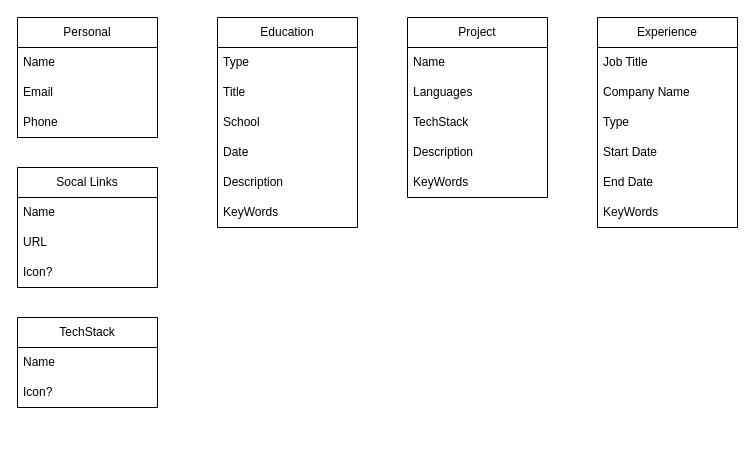
This is schema.drawio from Danny-Erikson/Resume-Builder, a draw.io file, before an edit. Source tidied: cells renumbered, new cells numbered last; positions are measured from the earlier drawing's top-left corner, leaving out a move shared by most shapes. Both pictures are drawn from the tidied source at 100%, with x=0, y=0 at pixel (17, 17).
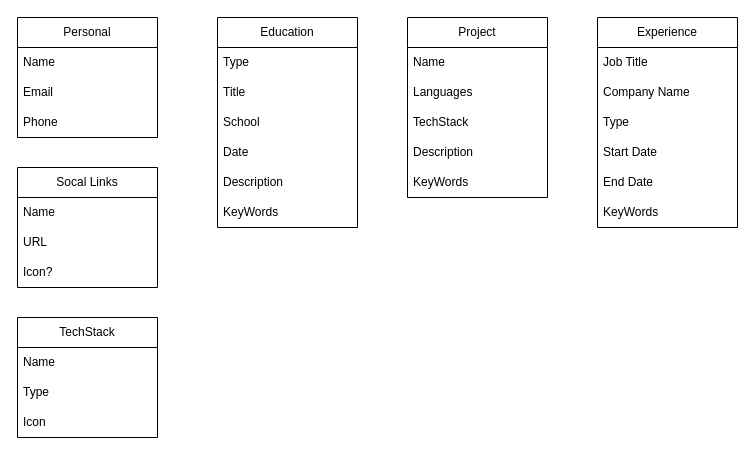
The same page after the edit.

Diff of the diagram source:
```diff
@@
     <mxCell id="23" value="TechStack" style="swimlane;fontStyle=0;horizontal=1;startSize=30;whiteSpace=wrap;html=1;" parent="1" vertex="1">
-      <mxGeometry y="300" width="140" height="90" as="geometry" />
+      <mxGeometry y="300" width="140" height="120" as="geometry" />
     </mxCell>
@@
+    <mxCell id="33" value="Type" style="text;strokeColor=none;fillColor=none;align=left;verticalAlign=middle;spacingLeft=4;spacingRight=4;overflow=hidden;whiteSpace=wrap;html=1;" parent="23" vertex="1">
+      <mxGeometry y="60" width="140" height="30" as="geometry" />
+    </mxCell>
-    <mxCell id="25" value="Icon?" style="text;strokeColor=none;fillColor=none;align=left;verticalAlign=middle;spacingLeft=4;spacingRight=4;overflow=hidden;whiteSpace=wrap;html=1;" parent="23" vertex="1">
-      <mxGeometry y="60" width="140" height="30" as="geometry" />
+    <mxCell id="25" value="Icon" style="text;strokeColor=none;fillColor=none;align=left;verticalAlign=middle;spacingLeft=4;spacingRight=4;overflow=hidden;whiteSpace=wrap;html=1;" parent="23" vertex="1">
+      <mxGeometry y="90" width="140" height="30" as="geometry" />
     </mxCell>
```
